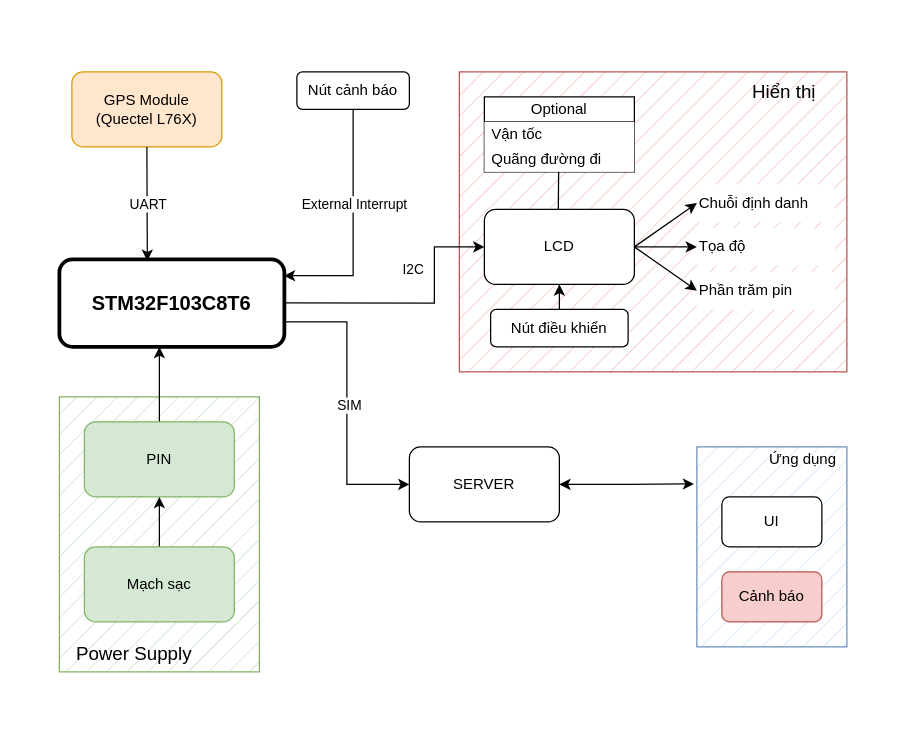
Earlier version of the draw.io diagram GPS-device.drawio (lukas0173/Draw.io). Source tidied: cells renumbered, new cells numbered last; positions are measured from the earlier drawing's top-left corner, leaving out a move shared by most shapes. Both pictures are drawn from the tidied source at 125%, with x=0, y=0 at pixel (59, 71).
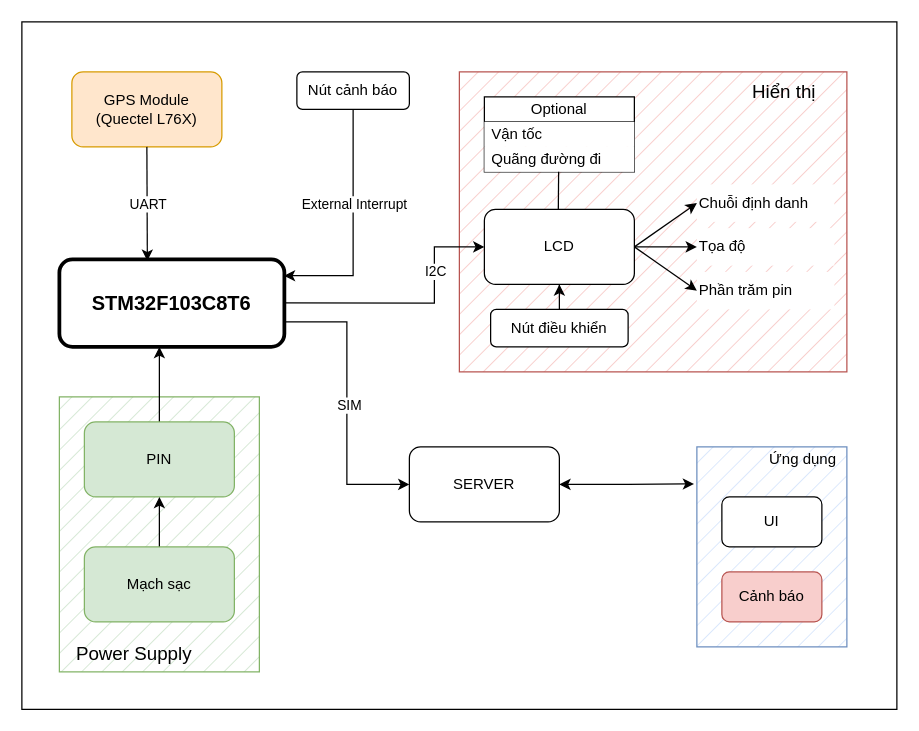
After the change.

Unchanged cells that the change refers to:
```xml
<mxCell id="18" style="endArrow=classic;html=1;rounded=0;entryX=0;entryY=0.5;entryDx=0;entryDy=0;" parent="1" edge="1" target="17">
  <mxGeometry relative="1" as="geometry">
    <mxPoint x="180" y="184.8" as="sourcePoint" />
    <Array as="points">
      <mxPoint x="300" y="185" />
      <mxPoint x="300" y="140" />
    </Array>
  </mxGeometry>
</mxCell>
```

What changed in the source:
```diff
@@
+    <mxCell id="40" style="rounded=0;whiteSpace=wrap;html=1;" parent="1" vertex="1">
+      <mxGeometry x="-30" y="-40" width="700" height="550" as="geometry" />
+    </mxCell>
@@
     <mxCell id="19" value="I2C" style="edgeLabel;html=1;align=center;verticalAlign=middle;" parent="18" vertex="1">
       <mxGeometry relative="1" as="geometry">
-        <mxPoint y="-27" as="offset" />
+        <mxPoint x="18" y="-25" as="offset" />
       </mxGeometry>
     </mxCell>
```
